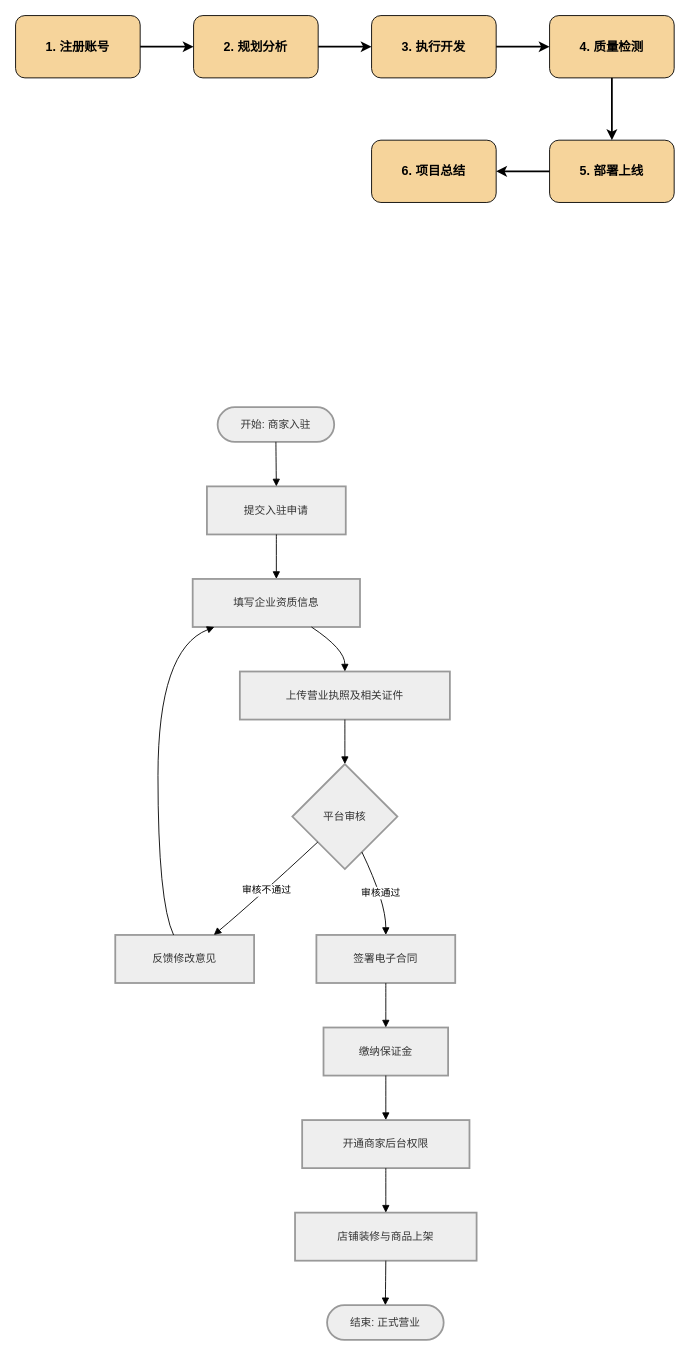
Above: diagrams/供应商入驻流程.drawio in dengyulong/PublicStore (draw.io), before the change. Source tidied: cells renumbered, new cells numbered last; positions are measured from the earlier drawing's top-left corner, leaving out a move shared by most shapes. Both pictures are drawn from the tidied source at 89%, with x=0, y=0 at pixel (15, 15).
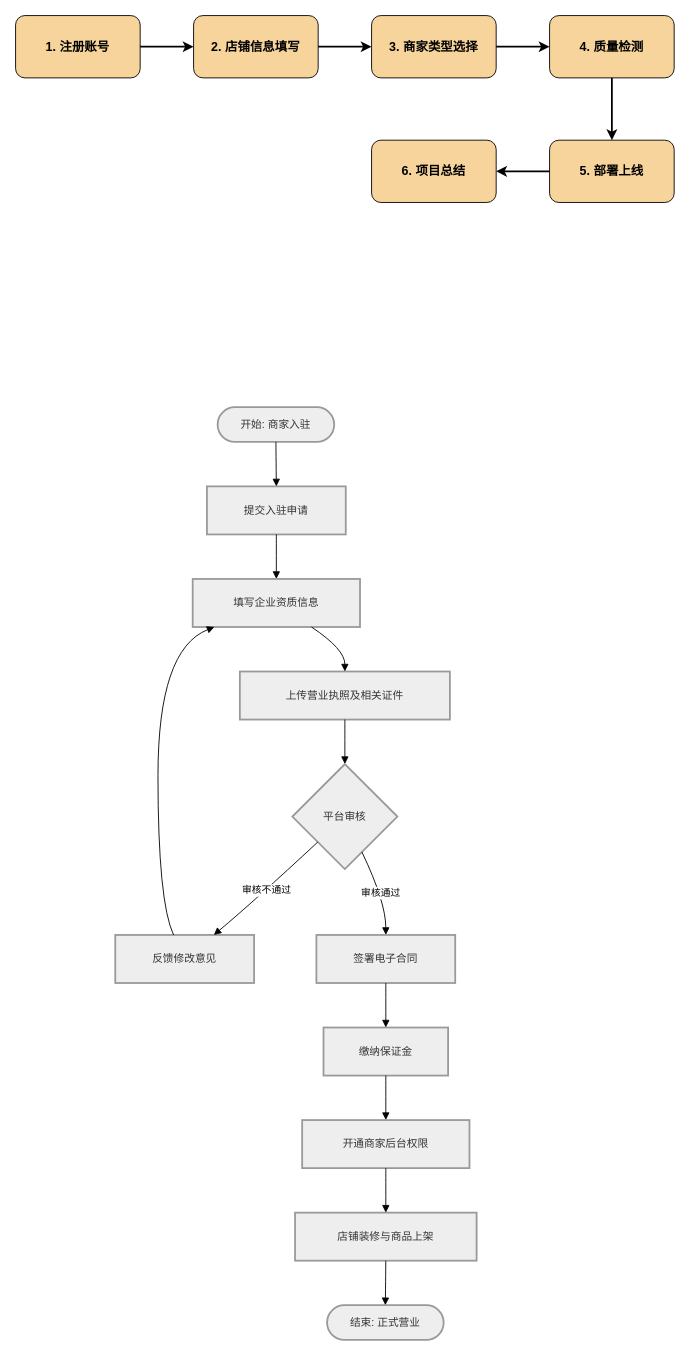
The same page after the edit.

Commit message (it also covers changes not shown here):
更新供应商入驻流程.drawio

What changed in the source:
```diff
@@
-    <mxCell id="25" value="2. 规划分析" style="rounded=1;whiteSpace=wrap;html=1;fillColor=#F6D49B;strokeColor=#000000;fontStyle=1;fontSize=14;" parent="1" vertex="1">
+    <mxCell id="25" value="2. 店铺信息填写" style="rounded=1;whiteSpace=wrap;html=1;fillColor=#F6D49B;strokeColor=#000000;fontStyle=1;fontSize=14;" parent="1" vertex="1">
       <mxGeometry x="200" width="140" height="70" as="geometry" />
     </mxCell>
-    <mxCell id="26" value="3. 执行开发" style="rounded=1;whiteSpace=wrap;html=1;fillColor=#F6D49B;strokeColor=#000000;fontStyle=1;fontSize=14;" parent="1" vertex="1">
+    <mxCell id="26" value="3. 商家类型选择" style="rounded=1;whiteSpace=wrap;html=1;fillColor=#F6D49B;strokeColor=#000000;fontStyle=1;fontSize=14;" parent="1" vertex="1">
       <mxGeometry x="400" width="140" height="70" as="geometry" />
     </mxCell>
```
